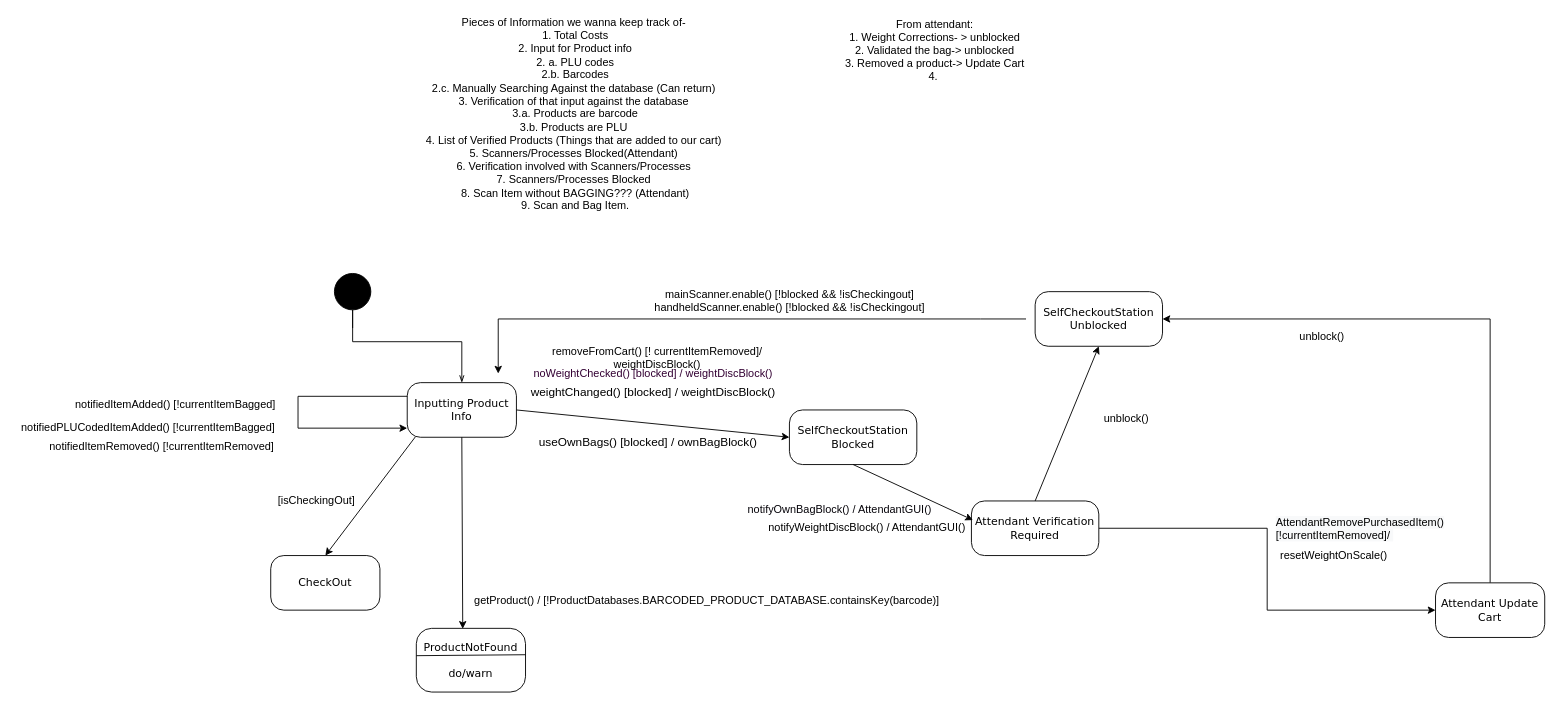
Before: page "Copy of Scanning/Bagging" (3 of 4) of Diagrams/StateDiagrams/Untitled Diagram.drawio in adam-25/Self-Checkout-System, a draw.io diagram. Source tidied: cells renumbered, new cells numbered last; positions are measured from the earlier drawing's top-left corner, leaving out a move shared by most shapes. Both pictures are drawn from the tidied source at 91%, with x=0, y=0 at pixel (15, 27).
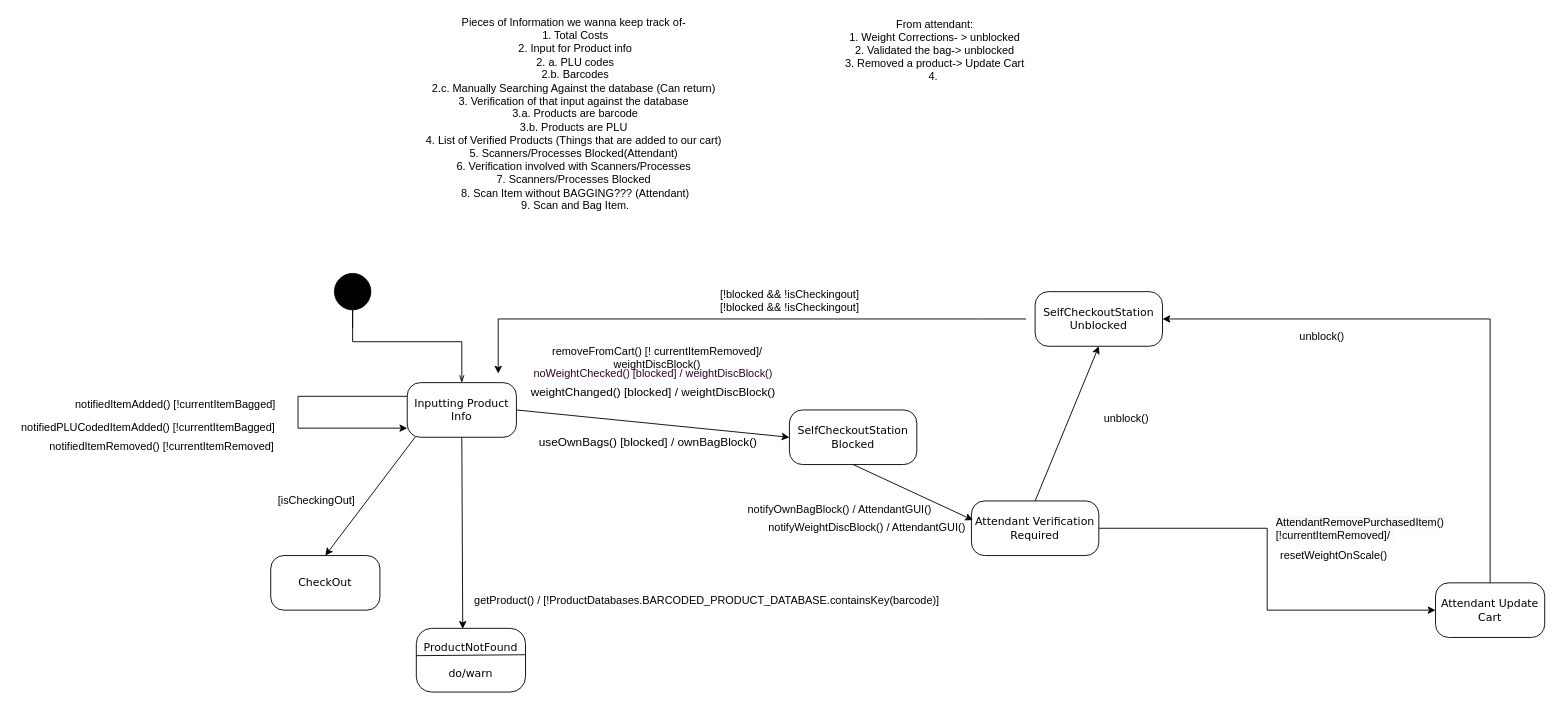
The same page after the edit.

Change to the diagram source:
```diff
@@
-    <mxCell id="31" value="&lt;font color=&quot;#000000&quot;&gt;mainScanner.enable() [!blocked &amp;amp;&amp;amp; !isCheckingout]&lt;br&gt;handheldScanner.enable() [!blocked &amp;amp;&amp;amp; !isCheckingout]&lt;/font&gt;" style="text;html=1;align=center;verticalAlign=middle;strokeColor=none;fillColor=none;fontColor=#330033;" parent="1" vertex="1">
-      <mxGeometry x="695" y="285" width="310" height="30" as="geometry" />
+    <mxCell id="31" value="&lt;font color=&quot;#000000&quot;&gt;[!blocked &amp;amp;&amp;amp; !isCheckingout]&lt;br&gt;[!blocked &amp;amp;&amp;amp; !isCheckingout]&lt;/font&gt;" style="text;html=1;align=center;verticalAlign=middle;strokeColor=none;fillColor=none;fontColor=#330033;" parent="1" vertex="1">
+      <mxGeometry x="765" y="285" width="170" height="30" as="geometry" />
     </mxCell>
```
